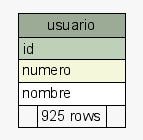
Above: postgresql/schemaSpy/salida/diagrams/summary/usuario.1degree.png in diegopablomansilla/massoftware_front (Graphviz), before the change. Its source is kept beside it as postgresql/schemaSpy/salida/diagrams/summary/usuario.1degree.dot.
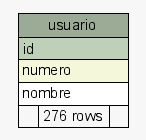
After the commit.

Change to the diagram source:
```diff
@@ -22,7 +22,7 @@
       <TR><TD PORT="id" COLSPAN="3" BGCOLOR="#bed1b8" ALIGN="LEFT">id</TD></TR>
       <TR><TD PORT="numero" COLSPAN="3" BGCOLOR="#f4f7da" ALIGN="LEFT">numero</TD></TR>
       <TR><TD PORT="nombre" COLSPAN="3" ALIGN="LEFT">nombre</TD></TR>
-      <TR><TD ALIGN="LEFT" BGCOLOR="#f7f7f7">  </TD><TD ALIGN="RIGHT" BGCOLOR="#f7f7f7">925 rows</TD><TD ALIGN="RIGHT" BGCOLOR="#f7f7f7">  </TD></TR>
+      <TR><TD ALIGN="LEFT" BGCOLOR="#f7f7f7">  </TD><TD ALIGN="RIGHT" BGCOLOR="#f7f7f7">276 rows</TD><TD ALIGN="RIGHT" BGCOLOR="#f7f7f7">  </TD></TR>
     </TABLE>>
     URL="tables/usuario.html"
     tooltip="usuario"
```
